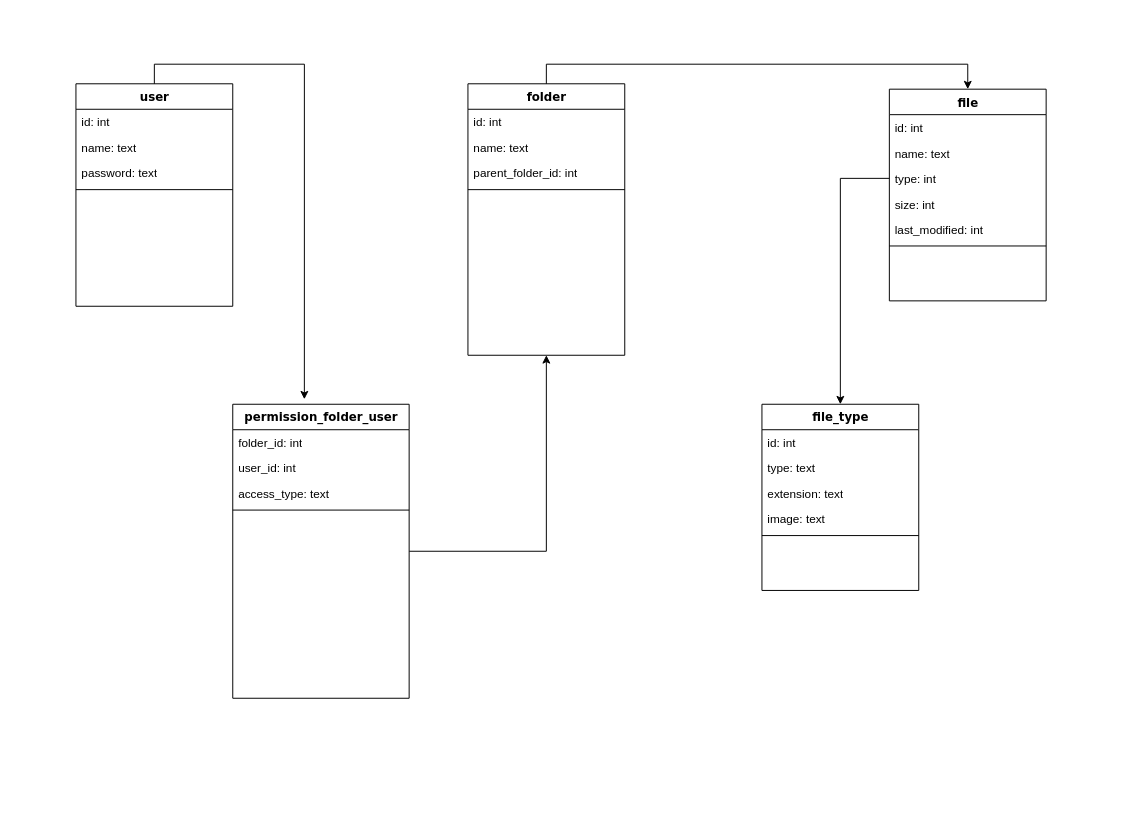
Before: models/hello-storage.drawio in alexbkl/hello-back, a draw.io diagram. Source tidied: cells renumbered, new cells numbered last; positions are measured from the earlier drawing's top-left corner, leaving out a move shared by most shapes. Both pictures are drawn from the tidied source at 98%, with x=0, y=0 at pixel (75, 83).
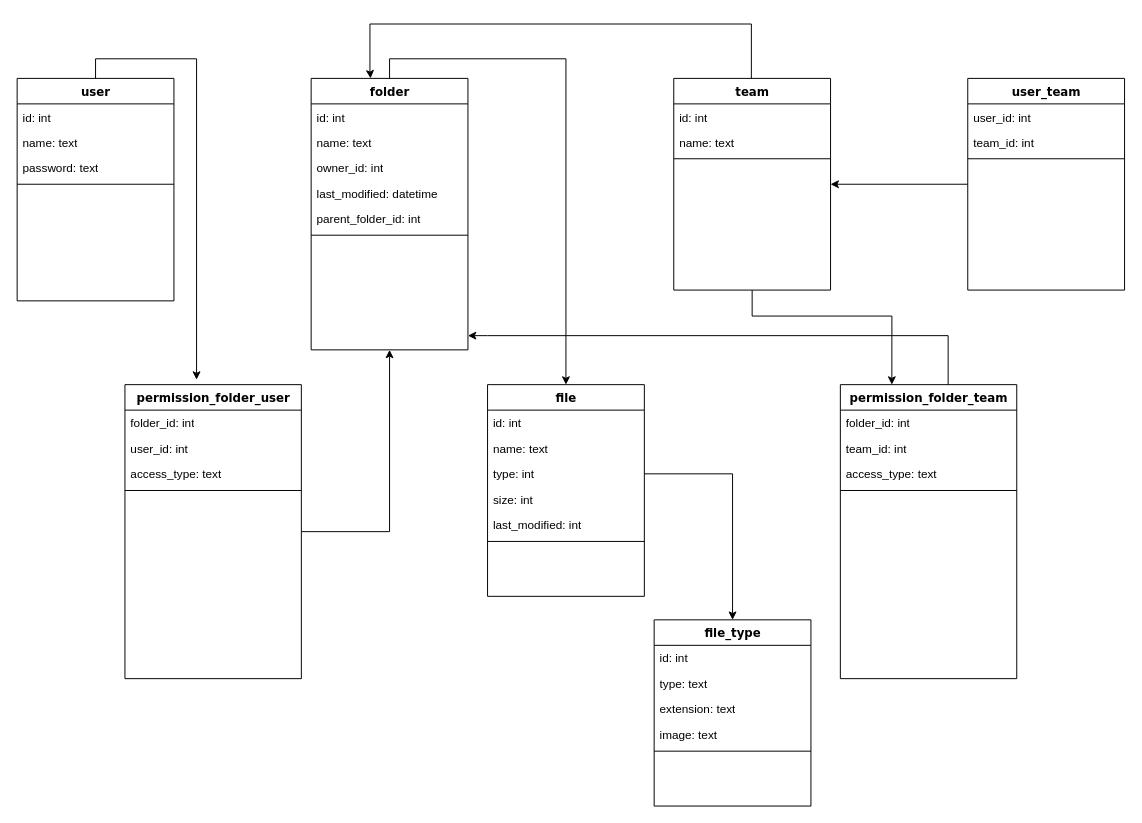
Above is the later version.

Commit message:
feat: add team feature

The edit, as a diff of the source:
```diff
@@
     <mxCell id="3" value="user" style="swimlane;html=1;fontStyle=1;align=center;verticalAlign=top;horizontal=1;startSize=26;swimlaneFillColor=#ffffff;rounded=0;shadow=0;comic=0;labelBackgroundColor=none;strokeWidth=1;fillColor=none;fontFamily=Verdana;fontSize=12;" parent="1" vertex="1">
-      <mxGeometry width="160" height="227" as="geometry" />
+      <mxGeometry x="-60" y="-5.5" width="160" height="227" as="geometry" />
     </mxCell>
@@
     <mxCell id="9" value="folder" style="swimlane;html=1;fontStyle=1;align=center;verticalAlign=top;horizontal=1;startSize=26;swimlaneFillColor=#ffffff;rounded=0;shadow=0;comic=0;labelBackgroundColor=none;strokeWidth=1;fillColor=none;fontFamily=Verdana;fontSize=12;" parent="1" vertex="1">
-      <mxGeometry x="400" width="160" height="277" as="geometry" />
+      <mxGeometry x="240" y="-5.5" width="160" height="277" as="geometry" />
     </mxCell>
@@
+    <mxCell id="34" value="owner_id: int" style="text;html=1;strokeColor=none;fillColor=none;align=left;verticalAlign=top;spacingLeft=4;spacingRight=4;whiteSpace=wrap;overflow=hidden;" parent="9" vertex="1">
+      <mxGeometry y="78" width="160" height="26" as="geometry" />
+    </mxCell>
+    <mxCell id="35" value="last_modified: datetime" style="text;html=1;strokeColor=none;fillColor=none;align=left;verticalAlign=top;spacingLeft=4;spacingRight=4;whiteSpace=wrap;overflow=hidden;" parent="9" vertex="1">
+      <mxGeometry y="104" width="160" height="26" as="geometry" />
+    </mxCell>
     <mxCell id="12" value="parent_folder_id: int" style="text;html=1;strokeColor=none;fillColor=none;align=left;verticalAlign=top;spacingLeft=4;spacingRight=4;whiteSpace=wrap;overflow=hidden;" parent="9" vertex="1">
-      <mxGeometry y="78" width="160" height="26" as="geometry" />
+      <mxGeometry y="130" width="160" height="26" as="geometry" />
     </mxCell>
     <mxCell id="13" style="line;html=1;strokeWidth=1;fillColor=none;align=left;verticalAlign=middle;spacingTop=-1;spacingLeft=3;spacingRight=3;labelPosition=right;" parent="9" vertex="1">
-      <mxGeometry y="104" width="160" height="8" as="geometry" />
+      <mxGeometry y="156" width="160" height="8" as="geometry" />
     </mxCell>
     <mxCell id="14" value="file" style="swimlane;html=1;fontStyle=1;align=center;verticalAlign=top;horizontal=1;startSize=26;swimlaneFillColor=#ffffff;rounded=0;shadow=0;comic=0;labelBackgroundColor=none;strokeWidth=1;fillColor=none;fontFamily=Verdana;fontSize=12;" parent="1" vertex="1">
-      <mxGeometry x="830" y="5.5" width="160" height="216" as="geometry" />
+      <mxGeometry x="420" y="307" width="160" height="216" as="geometry" />
     </mxCell>
@@
     <mxCell id="22" value="permission_folder_user" style="swimlane;html=1;fontStyle=1;align=center;verticalAlign=top;horizontal=1;startSize=26;swimlaneFillColor=#ffffff;rounded=0;shadow=0;comic=0;labelBackgroundColor=none;strokeWidth=1;fillColor=none;fontFamily=Verdana;fontSize=12;" parent="1" vertex="1">
-      <mxGeometry x="160" y="327" width="180" height="300" as="geometry" />
+      <mxGeometry x="50" y="307" width="180" height="300" as="geometry" />
     </mxCell>
@@
     <mxCell id="27" value="file_type" style="swimlane;html=1;fontStyle=1;align=center;verticalAlign=top;horizontal=1;startSize=26;swimlaneFillColor=#ffffff;rounded=0;shadow=0;comic=0;labelBackgroundColor=none;strokeWidth=1;fillColor=none;fontFamily=Verdana;fontSize=12;" parent="1" vertex="1">
-      <mxGeometry x="700" y="327" width="160" height="190" as="geometry" />
+      <mxGeometry x="590" y="547" width="160" height="190" as="geometry" />
     </mxCell>
@@
+    <mxCell id="36" style="edgeStyle=orthogonalEdgeStyle;rounded=0;jettySize=auto;html=1;exitX=0.495;exitY=0;exitDx=0;exitDy=0;entryX=0.316;entryY=-0.007;entryDx=0;entryDy=0;entryPerimeter=0;exitPerimeter=0;" parent="1" edge="1" source="38">
+      <mxGeometry relative="1" as="geometry">
+        <mxPoint x="300.6" y="-5.5" as="targetPoint" />
+        <Array as="points">
+          <mxPoint x="689" y="-61" />
+          <mxPoint x="300" y="-61" />
+          <mxPoint x="300" y="-14" />
+          <mxPoint x="301" y="-14" />
+        </Array>
+      </mxGeometry>
+    </mxCell>
+    <mxCell id="37" style="edgeStyle=orthogonalEdgeStyle;rounded=0;jettySize=auto;html=1;exitX=0.5;exitY=1;exitDx=0;exitDy=0;entryX=0.292;entryY=0;entryDx=0;entryDy=0;entryPerimeter=0;" parent="1" edge="1" source="38" target="48">
+      <mxGeometry relative="1" as="geometry">
+        <Array as="points">
+          <mxPoint x="690" y="237" />
+          <mxPoint x="833" y="237" />
+        </Array>
+      </mxGeometry>
+    </mxCell>
+    <mxCell id="38" value="team" style="swimlane;html=1;fontStyle=1;align=center;verticalAlign=top;horizontal=1;startSize=26;swimlaneFillColor=#ffffff;rounded=0;shadow=0;comic=0;labelBackgroundColor=none;strokeWidth=1;fillColor=none;fontFamily=Verdana;fontSize=12;" parent="1" vertex="1">
+      <mxGeometry x="610" y="-5.5" width="160" height="216" as="geometry" />
+    </mxCell>
+    <mxCell id="39" value="id: int" style="text;html=1;strokeColor=none;fillColor=none;align=left;verticalAlign=top;spacingLeft=4;spacingRight=4;whiteSpace=wrap;overflow=hidden;" parent="38" vertex="1">
+      <mxGeometry y="26" width="160" height="26" as="geometry" />
+    </mxCell>
+    <mxCell id="40" value="name: text" style="text;html=1;strokeColor=none;fillColor=none;align=left;verticalAlign=top;spacingLeft=4;spacingRight=4;whiteSpace=wrap;overflow=hidden;" parent="38" vertex="1">
+      <mxGeometry y="52" width="160" height="26" as="geometry" />
+    </mxCell>
+    <mxCell id="41" style="line;html=1;strokeWidth=1;fillColor=none;align=left;verticalAlign=middle;spacingTop=-1;spacingLeft=3;spacingRight=3;labelPosition=right;" parent="38" vertex="1">
+      <mxGeometry y="78" width="160" height="8" as="geometry" />
+    </mxCell>
+    <mxCell id="42" style="edgeStyle=orthogonalEdgeStyle;rounded=0;jettySize=auto;html=1;entryX=1;entryY=0.5;entryDx=0;entryDy=0;" parent="1" edge="1" source="43" target="38">
+      <mxGeometry relative="1" as="geometry" />
+    </mxCell>
+    <mxCell id="43" value="user_team" style="swimlane;html=1;fontStyle=1;align=center;verticalAlign=top;horizontal=1;startSize=26;swimlaneFillColor=#ffffff;rounded=0;shadow=0;comic=0;labelBackgroundColor=none;strokeWidth=1;fillColor=none;fontFamily=Verdana;fontSize=12;" parent="1" vertex="1">
+      <mxGeometry x="910" y="-5.5" width="160" height="216" as="geometry" />
+    </mxCell>
+    <mxCell id="44" value="user_id: int" style="text;html=1;strokeColor=none;fillColor=none;align=left;verticalAlign=top;spacingLeft=4;spacingRight=4;whiteSpace=wrap;overflow=hidden;" parent="43" vertex="1">
+      <mxGeometry y="26" width="160" height="26" as="geometry" />
+    </mxCell>
+    <mxCell id="45" value="team_id: int" style="text;html=1;strokeColor=none;fillColor=none;align=left;verticalAlign=top;spacingLeft=4;spacingRight=4;whiteSpace=wrap;overflow=hidden;" parent="43" vertex="1">
+      <mxGeometry y="52" width="160" height="26" as="geometry" />
+    </mxCell>
+    <mxCell id="46" style="line;html=1;strokeWidth=1;fillColor=none;align=left;verticalAlign=middle;spacingTop=-1;spacingLeft=3;spacingRight=3;labelPosition=right;" parent="43" vertex="1">
+      <mxGeometry y="78" width="160" height="8" as="geometry" />
+    </mxCell>
+    <mxCell id="47" style="edgeStyle=orthogonalEdgeStyle;rounded=0;orthogonalLoop=1;jettySize=auto;html=1;exitX=0.5;exitY=0;exitDx=0;exitDy=0;" parent="1" edge="1">
+      <mxGeometry relative="1" as="geometry">
+        <mxPoint x="890" y="307" as="sourcePoint" />
+        <mxPoint x="400" y="257" as="targetPoint" />
+        <Array as="points">
+          <mxPoint x="890" y="257" />
+          <mxPoint x="420" y="257" />
+        </Array>
+      </mxGeometry>
+    </mxCell>
+    <mxCell id="48" value="permission_folder_team" style="swimlane;html=1;fontStyle=1;align=center;verticalAlign=top;horizontal=1;startSize=26;swimlaneFillColor=#ffffff;rounded=0;shadow=0;comic=0;labelBackgroundColor=none;strokeWidth=1;fillColor=none;fontFamily=Verdana;fontSize=12;" parent="1" vertex="1">
+      <mxGeometry x="780" y="307" width="180" height="300" as="geometry" />
+    </mxCell>
+    <mxCell id="49" value="folder_id: int" style="text;html=1;strokeColor=none;fillColor=none;align=left;verticalAlign=top;spacingLeft=4;spacingRight=4;whiteSpace=wrap;overflow=hidden;" parent="48" vertex="1">
+      <mxGeometry y="26" width="180" height="26" as="geometry" />
+    </mxCell>
+    <mxCell id="50" value="team_id: int" style="text;html=1;strokeColor=none;fillColor=none;align=left;verticalAlign=top;spacingLeft=4;spacingRight=4;whiteSpace=wrap;overflow=hidden;" parent="48" vertex="1">
+      <mxGeometry y="52" width="180" height="26" as="geometry" />
+    </mxCell>
+    <mxCell id="51" value="access_type: text" style="text;html=1;strokeColor=none;fillColor=none;align=left;verticalAlign=top;spacingLeft=4;spacingRight=4;whiteSpace=wrap;overflow=hidden;" parent="48" vertex="1">
+      <mxGeometry y="78" width="180" height="26" as="geometry" />
+    </mxCell>
+    <mxCell id="52" style="line;html=1;strokeWidth=1;fillColor=none;align=left;verticalAlign=middle;spacingTop=-1;spacingLeft=3;spacingRight=3;labelPosition=right;" parent="48" vertex="1">
+      <mxGeometry y="104" width="180" height="8" as="geometry" />
+    </mxCell>
```
